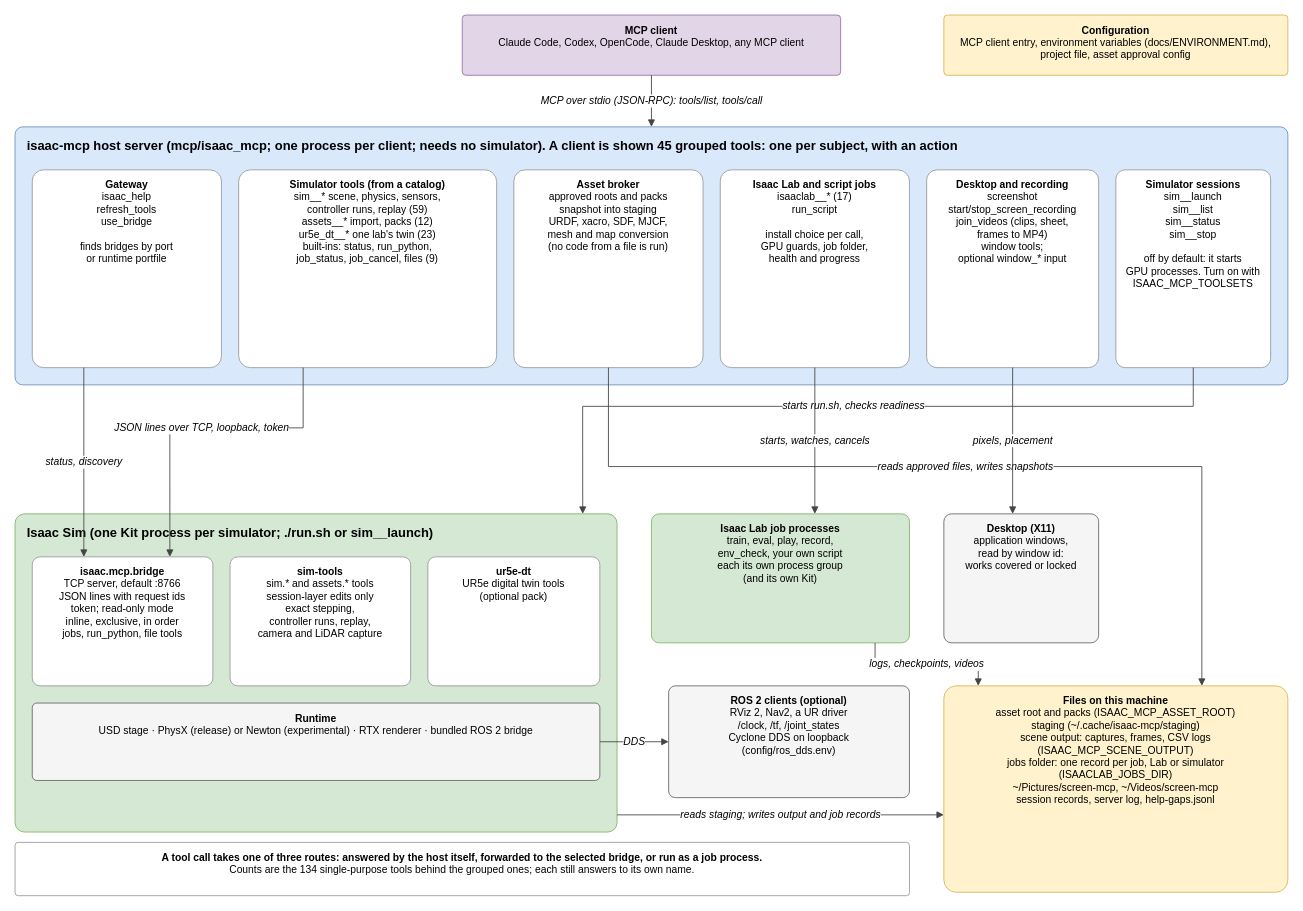
The draw.io diagram docs/architecture.drawio in kalebcoleman/isaac-mcp, before the edit. Source tidied: cells renumbered, new cells numbered last; positions are measured from the earlier drawing's top-left corner, leaving out a move shared by most shapes. Both pictures are drawn from the tidied source at 86%, with x=0, y=0 at pixel (15, 15).
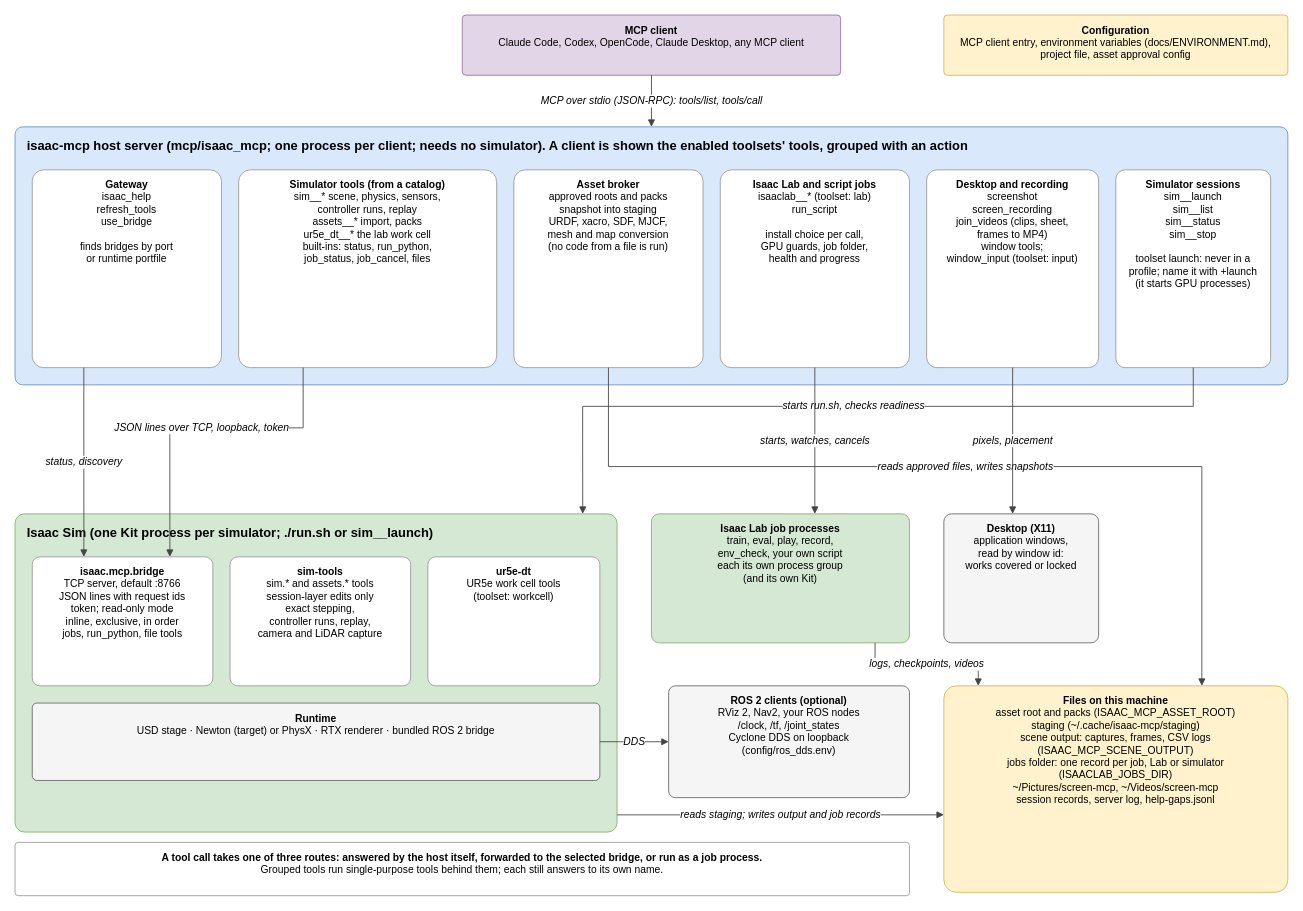
After the change.

What changed in the source:
```diff
@@
-    <mxCell id="4" value="&lt;b&gt;isaac-mcp host server  (mcp/isaac_mcp; one process per client; needs no simulator).  A client is shown 45 grouped tools: one per subject, with an action&lt;/b&gt;" style="rounded=1;arcSize=3;whiteSpace=wrap;html=1;fillColor=#dae8fc;strokeColor=#6c8ebf;verticalAlign=top;align=left;spacingLeft=12;spacingTop=6;fontSize=15;" parent="1" vertex="1">
+    <mxCell id="4" value="&lt;b&gt;isaac-mcp host server  (mcp/isaac_mcp; one process per client; needs no simulator).  A client is shown the enabled toolsets' tools, grouped with an action&lt;/b&gt;" style="rounded=1;arcSize=3;whiteSpace=wrap;html=1;fillColor=#dae8fc;strokeColor=#6c8ebf;verticalAlign=top;align=left;spacingLeft=12;spacingTop=6;fontSize=15;" parent="1" vertex="1">
       <mxGeometry y="130" width="1480" height="300" as="geometry" />
     </mxCell>
@@
-    <mxCell id="6" value="&lt;b&gt;Simulator tools (from a catalog)&lt;/b&gt;&lt;br&gt;sim__*  scene, physics, sensors,&lt;br&gt;  controller runs, replay  (59)&lt;br&gt;assets__*  import, packs  (12)&lt;br&gt;ur5e_dt__*  one lab&amp;#x27;s twin  (23)&lt;br&gt;built-ins: status, run_python,&lt;br&gt;  job_status, job_cancel, files  (9)" style="rounded=1;arcSize=6;whiteSpace=wrap;html=1;fillColor=#ffffff;strokeColor=#999999;verticalAlign=top;spacingTop=4;fontSize=12;" parent="1" vertex="1">
+    <mxCell id="6" value="&lt;b&gt;Simulator tools (from a catalog)&lt;/b&gt;&lt;br&gt;sim__*  scene, physics, sensors,&lt;br&gt;  controller runs, replay&lt;br&gt;assets__*  import, packs&lt;br&gt;ur5e_dt__*  the lab work cell&lt;br&gt;built-ins: status, run_python,&lt;br&gt;  job_status, job_cancel, files" style="rounded=1;arcSize=6;whiteSpace=wrap;html=1;fillColor=#ffffff;strokeColor=#999999;verticalAlign=top;spacingTop=4;fontSize=12;" parent="1" vertex="1">
       <mxGeometry x="260" y="180" width="300" height="230" as="geometry" />
     </mxCell>
@@
-    <mxCell id="8" value="&lt;b&gt;Isaac Lab and script jobs&lt;/b&gt;&lt;br&gt;isaaclab__*  (17)&lt;br&gt;run_script&lt;br&gt;&lt;br&gt;install choice per call,&lt;br&gt;GPU guards, job folder,&lt;br&gt;health and progress" style="rounded=1;arcSize=6;whiteSpace=wrap;html=1;fillColor=#ffffff;strokeColor=#999999;verticalAlign=top;spacingTop=4;fontSize=12;" parent="1" vertex="1">
+    <mxCell id="8" value="&lt;b&gt;Isaac Lab and script jobs&lt;/b&gt;&lt;br&gt;isaaclab__*  (toolset: lab)&lt;br&gt;run_script&lt;br&gt;&lt;br&gt;install choice per call,&lt;br&gt;GPU guards, job folder,&lt;br&gt;health and progress" style="rounded=1;arcSize=6;whiteSpace=wrap;html=1;fillColor=#ffffff;strokeColor=#999999;verticalAlign=top;spacingTop=4;fontSize=12;" parent="1" vertex="1">
       <mxGeometry x="820" y="180" width="220" height="230" as="geometry" />
     </mxCell>
-    <mxCell id="9" value="&lt;b&gt;Desktop and recording&lt;/b&gt;&lt;br&gt;screenshot&lt;br&gt;start/stop_screen_recording&lt;br&gt;join_videos (clips, sheet,&lt;br&gt;  frames to MP4)&lt;br&gt;window tools;&lt;br&gt;optional window_* input" style="rounded=1;arcSize=6;whiteSpace=wrap;html=1;fillColor=#ffffff;strokeColor=#999999;verticalAlign=top;spacingTop=4;fontSize=12;" parent="1" vertex="1">
+    <mxCell id="9" value="&lt;b&gt;Desktop and recording&lt;/b&gt;&lt;br&gt;screenshot&lt;br&gt;screen_recording&lt;br&gt;join_videos (clips, sheet,&lt;br&gt;  frames to MP4)&lt;br&gt;window tools;&lt;br&gt;window_input (toolset: input)" style="rounded=1;arcSize=6;whiteSpace=wrap;html=1;fillColor=#ffffff;strokeColor=#999999;verticalAlign=top;spacingTop=4;fontSize=12;" parent="1" vertex="1">
       <mxGeometry x="1060" y="180" width="200" height="230" as="geometry" />
     </mxCell>
-    <mxCell id="10" value="&lt;b&gt;Simulator sessions&lt;/b&gt;&lt;br&gt;sim__launch&lt;br&gt;sim__list&lt;br&gt;sim__status&lt;br&gt;sim__stop&lt;br&gt;&lt;br&gt;off by default: it starts&lt;br&gt;GPU processes. Turn on with&lt;br&gt;ISAAC_MCP_TOOLSETS" style="rounded=1;arcSize=6;whiteSpace=wrap;html=1;fillColor=#ffffff;strokeColor=#999999;verticalAlign=top;spacingTop=4;fontSize=12;" parent="1" vertex="1">
+    <mxCell id="10" value="&lt;b&gt;Simulator sessions&lt;/b&gt;&lt;br&gt;sim__launch&lt;br&gt;sim__list&lt;br&gt;sim__status&lt;br&gt;sim__stop&lt;br&gt;&lt;br&gt;toolset launch: never in a&lt;br&gt;profile; name it with +launch&lt;br&gt;(it starts GPU processes)" style="rounded=1;arcSize=6;whiteSpace=wrap;html=1;fillColor=#ffffff;strokeColor=#999999;verticalAlign=top;spacingTop=4;fontSize=12;" parent="1" vertex="1">
       <mxGeometry x="1280" y="180" width="180" height="230" as="geometry" />
     </mxCell>
@@
-    <mxCell id="14" value="&lt;b&gt;ur5e-dt&lt;/b&gt;&lt;br&gt;UR5e digital twin tools&lt;br&gt;(optional pack)" style="rounded=1;arcSize=6;whiteSpace=wrap;html=1;fillColor=#ffffff;strokeColor=#999999;verticalAlign=top;spacingTop=4;fontSize=12;" parent="1" vertex="1">
+    <mxCell id="14" value="&lt;b&gt;ur5e-dt&lt;/b&gt;&lt;br&gt;UR5e work cell tools&lt;br&gt;(toolset: workcell)" style="rounded=1;arcSize=6;whiteSpace=wrap;html=1;fillColor=#ffffff;strokeColor=#999999;verticalAlign=top;spacingTop=4;fontSize=12;" parent="1" vertex="1">
       <mxGeometry x="480" y="630" width="200" height="150" as="geometry" />
     </mxCell>
-    <mxCell id="15" value="&lt;b&gt;Runtime&lt;/b&gt;&lt;br&gt;USD stage  ·  PhysX (release) or Newton (experimental)  ·  RTX renderer  ·  bundled ROS 2 bridge" style="rounded=1;arcSize=6;whiteSpace=wrap;html=1;fillColor=#f5f5f5;strokeColor=#666666;verticalAlign=top;spacingTop=4;fontSize=12;" parent="1" vertex="1">
+    <mxCell id="15" value="&lt;b&gt;Runtime&lt;/b&gt;&lt;br&gt;USD stage  ·  Newton (target) or PhysX  ·  RTX renderer  ·  bundled ROS 2 bridge" style="rounded=1;arcSize=6;whiteSpace=wrap;html=1;fillColor=#f5f5f5;strokeColor=#666666;verticalAlign=top;spacingTop=4;fontSize=12;" parent="1" vertex="1">
       <mxGeometry x="20" y="800" width="660" height="90" as="geometry" />
     </mxCell>
@@
-    <mxCell id="18" value="&lt;b&gt;ROS 2 clients (optional)&lt;/b&gt;&lt;br&gt;RViz 2, Nav2, a UR driver&lt;br&gt;/clock, /tf, /joint_states&lt;br&gt;Cyclone DDS on loopback&lt;br&gt;(config/ros_dds.env)" style="rounded=1;arcSize=6;whiteSpace=wrap;html=1;fillColor=#f5f5f5;strokeColor=#666666;verticalAlign=top;spacingTop=4;fontSize=12;" parent="1" vertex="1">
+    <mxCell id="18" value="&lt;b&gt;ROS 2 clients (optional)&lt;/b&gt;&lt;br&gt;RViz 2, Nav2, your ROS nodes&lt;br&gt;/clock, /tf, /joint_states&lt;br&gt;Cyclone DDS on loopback&lt;br&gt;(config/ros_dds.env)" style="rounded=1;arcSize=6;whiteSpace=wrap;html=1;fillColor=#f5f5f5;strokeColor=#666666;verticalAlign=top;spacingTop=4;fontSize=12;" parent="1" vertex="1">
       <mxGeometry x="760" y="780" width="280" height="130" as="geometry" />
     </mxCell>
@@
-    <mxCell id="20" value="&lt;b&gt;A tool call takes one of three routes: answered by the host itself, forwarded to the selected bridge, or run as a job process.&lt;/b&gt;&lt;br&gt;Counts are the 134 single-purpose tools behind the grouped ones; each still answers to its own name." style="rounded=1;arcSize=6;whiteSpace=wrap;html=1;fillColor=#ffffff;strokeColor=#999999;verticalAlign=top;spacingTop=4;fontSize=12;" parent="1" vertex="1">
+    <mxCell id="20" value="&lt;b&gt;A tool call takes one of three routes: answered by the host itself, forwarded to the selected bridge, or run as a job process.&lt;/b&gt;&lt;br&gt;Grouped tools run single-purpose tools behind them; each still answers to its own name." style="rounded=1;arcSize=6;whiteSpace=wrap;html=1;fillColor=#ffffff;strokeColor=#999999;verticalAlign=top;spacingTop=4;fontSize=12;" parent="1" vertex="1">
       <mxGeometry y="962" width="1040" height="62" as="geometry" />
     </mxCell>
```
